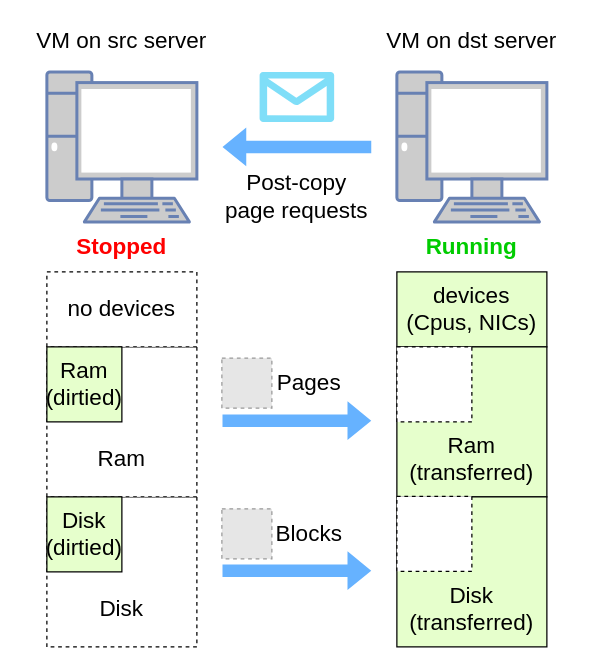
This is qemu-migration/postcopy vm partition.drawio from xuyizhe1999/drawio, a draw.io file, before an edit. Source tidied: cells renumbered, new cells numbered last; positions are measured from the earlier drawing's top-left corner, leaving out a move shared by most shapes. Both pictures are drawn from the tidied source at 125%, with x=0, y=0 at pixel (21, 21). Pictures stored in the file or linked from it are replaced by grey dashed boxes.
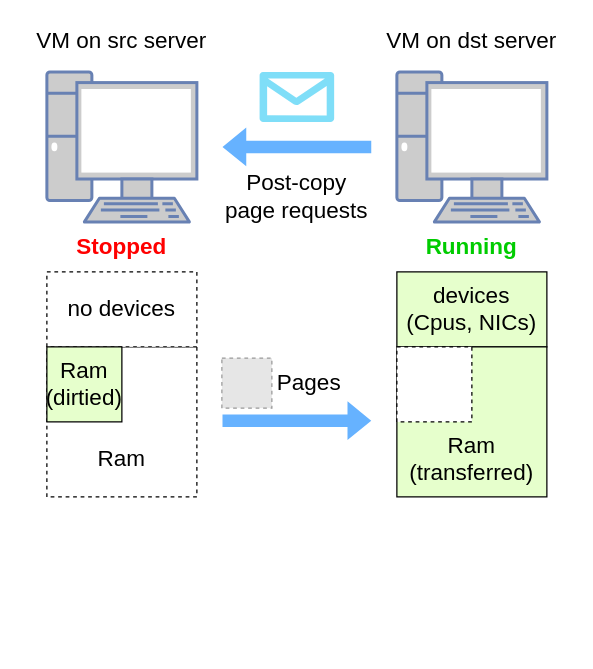
After the change.

What changed in the source:
```diff
@@
-    <mxCell id="2" style="rounded=0;whiteSpace=wrap;html=1;fontSize=18;fontColor=#000000;fillColor=default;dashed=1;" parent="1" vertex="1">
-      <mxGeometry x="20" y="380" width="120" height="120" as="geometry" />
-    </mxCell>
@@
-    <mxCell id="15" style="rounded=0;whiteSpace=wrap;html=1;fontSize=18;fontColor=#000000;fillColor=#E6FFCC;" parent="1" vertex="1">
-      <mxGeometry x="300" y="380" width="120" height="120" as="geometry" />
-    </mxCell>
-    <mxCell id="16" style="shape=flexArrow;endArrow=classic;html=1;rounded=0;fontSize=18;fontColor=#000000;fillColor=#66B2FF;strokeColor=none;" parent="1" edge="1">
-      <mxGeometry relative="1" as="geometry">
-        <mxPoint x="160" y="439" as="sourcePoint" />
-        <mxPoint x="280" y="439" as="targetPoint" />
-      </mxGeometry>
-    </mxCell>
@@
-    <mxCell id="18" value="Disk&lt;br&gt;(dirtied)" style="rounded=0;whiteSpace=wrap;html=1;fontSize=18;fontColor=#000000;fillColor=#E6FFCC;" parent="1" vertex="1">
-      <mxGeometry x="20" y="380" width="60" height="60" as="geometry" />
-    </mxCell>
@@
-    <mxCell id="23" style="fillColor=#E6E6E6;strokeColor=#999999;dashed=1;html=1;verticalAlign=top;verticalLabelPosition=bottom;labelBackgroundColor=#ffffff;fontSize=18;fontColor=#000000;" parent="1" vertex="1">
-      <mxGeometry x="160" y="389.5" width="40" height="40" as="geometry" />
-    </mxCell>
-    <mxCell id="24" value="Blocks" style="text;html=1;strokeColor=none;fillColor=none;align=center;verticalAlign=middle;whiteSpace=wrap;rounded=0;fontSize=18;fontColor=#000000;" parent="1" vertex="1">
-      <mxGeometry x="200" y="394.5" width="60" height="30" as="geometry" />
-    </mxCell>
@@
-    <mxCell id="28" value="Disk" style="text;html=1;strokeColor=none;fillColor=none;align=center;verticalAlign=middle;whiteSpace=wrap;rounded=0;dashed=1;fontSize=18;fontColor=#000000;" parent="1" vertex="1">
-      <mxGeometry x="50" y="450" width="60" height="40" as="geometry" />
-    </mxCell>
-    <mxCell id="29" value="Disk&lt;br&gt;(transferred)" style="text;html=1;strokeColor=none;fillColor=none;align=center;verticalAlign=middle;whiteSpace=wrap;rounded=0;dashed=1;fontSize=18;fontColor=#000000;" parent="1" vertex="1">
-      <mxGeometry x="300" y="440" width="120" height="60" as="geometry" />
-    </mxCell>
-    <mxCell id="30" style="rounded=0;whiteSpace=wrap;html=1;dashed=1;fontSize=18;fontColor=#000000;fillColor=default;" parent="1" vertex="1">
-      <mxGeometry x="300" y="379.5" width="60" height="60" as="geometry" />
-    </mxCell>
```
